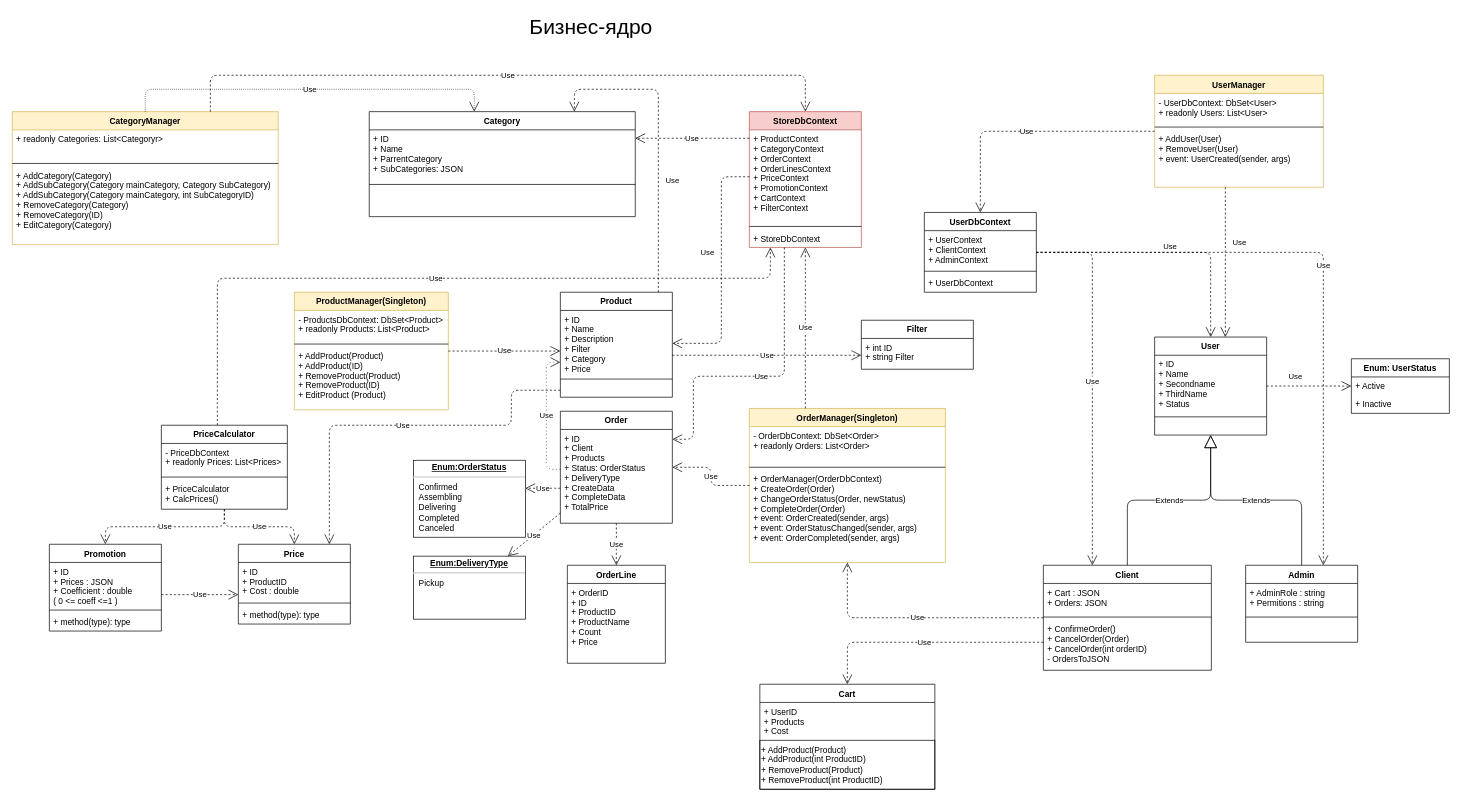
Earlier version of the draw.io diagram UML Diagram.drawio (ArtemGB/AlpakaStore). Source tidied: cells renumbered, new cells numbered last; positions are measured from the earlier drawing's top-left corner, leaving out a move shared by most shapes. Both pictures are drawn from the tidied source at 70%, with x=0, y=0 at pixel (12, 12).
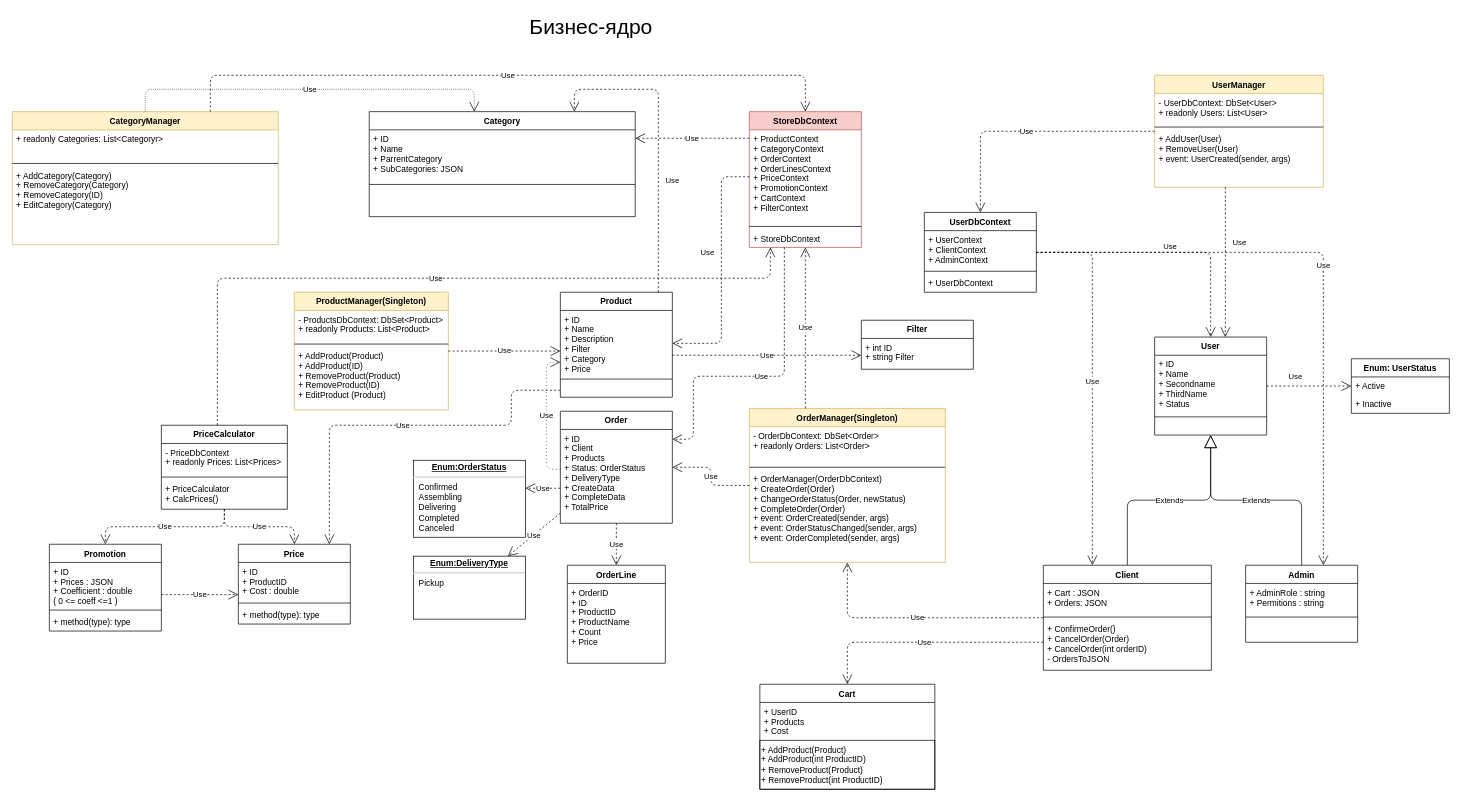
The same diagram, later.

Unchanged cells that the change refers to:
```xml
<mxCell id="43" value="CategoryManager" style="swimlane;fontStyle=1;align=center;verticalAlign=top;horizontal=1;startSize=26;fillColor=#fff2cc;strokeColor=#d6b656;" parent="1" vertex="1">
  <mxGeometry y="142" width="380" height="190" as="geometry" />
</mxCell>
```

Diff of the diagram source:
```diff
@@
-    <mxCell id="46" value="+ AddCategory(Category)&#10;+ AddSubCategory(Category mainCategory, Category SubCategory)&#10;+ AddSubCategory(Category mainCategory, int SubCategoryID)&#10;+ RemoveCategory(Category)&#10;+ RemoveCategory(ID)&#10;+ EditCategory(Category)" style="text;strokeColor=none;fillColor=none;align=left;verticalAlign=top;spacingLeft=4;spacingRight=4;overflow=hidden;" parent="43" vertex="1">
+    <mxCell id="46" value="+ AddCategory(Category)&#10;+ RemoveCategory(Category)&#10;+ RemoveCategory(ID)&#10;+ EditCategory(Category)" style="text;strokeColor=none;fillColor=none;align=left;verticalAlign=top;spacingLeft=4;spacingRight=4;overflow=hidden;" parent="43" vertex="1">
       <mxGeometry y="78" width="380" height="112" as="geometry" />
     </mxCell>
```
